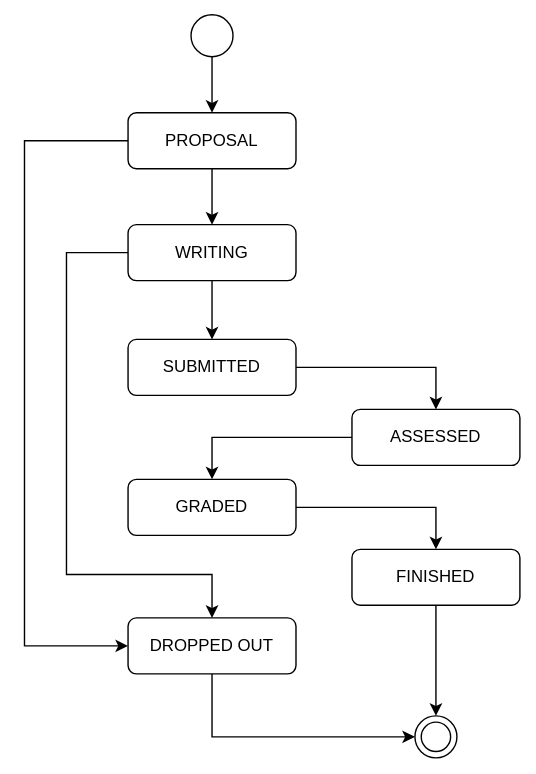
fabian-emilius/bachelor-thesis-charts keeps this draw.io diagram as thesis-states.svg. Above is the earlier version. Source tidied: cells renumbered, new cells last; positions are measured from the earlier drawing's top-left corner, leaving out a move shared by most shapes. Its diagram source:
```xml
<mxGraphModel>
  <root>
    <mxCell id="0" />
    <mxCell id="1" parent="0" />
    <mxCell id="2" style="edgeStyle=orthogonalEdgeStyle;rounded=0;jettySize=auto;html=1;exitX=0.5;exitY=1;exitDx=0;exitDy=0;entryX=0.5;entryY=0;entryDx=0;entryDy=0;" parent="1" edge="1" source="4" target="7">
      <mxGeometry relative="1" as="geometry" />
    </mxCell>
    <mxCell id="3" style="edgeStyle=orthogonalEdgeStyle;rounded=0;jettySize=auto;html=1;exitX=0;exitY=0.5;exitDx=0;exitDy=0;entryX=0;entryY=0.5;entryDx=0;entryDy=0;" parent="1" edge="1" source="4" target="20">
      <mxGeometry relative="1" as="geometry">
        <Array as="points">
          <mxPoint y="90" />
          <mxPoint y="451" />
        </Array>
      </mxGeometry>
    </mxCell>
    <mxCell id="4" value="PROPOSAL" style="rounded=1;whiteSpace=wrap;html=1;fontSize=12;glass=0;strokeWidth=1;shadow=0;" parent="1" vertex="1">
      <mxGeometry x="74" y="70" width="120" height="40" as="geometry" />
    </mxCell>
    <mxCell id="5" style="edgeStyle=orthogonalEdgeStyle;rounded=0;jettySize=auto;html=1;exitX=0.5;exitY=1;exitDx=0;exitDy=0;entryX=0.5;entryY=0;entryDx=0;entryDy=0;" parent="1" edge="1" source="7" target="9">
      <mxGeometry relative="1" as="geometry" />
    </mxCell>
    <mxCell id="6" style="edgeStyle=orthogonalEdgeStyle;rounded=0;jettySize=auto;html=1;exitX=0;exitY=0.5;exitDx=0;exitDy=0;entryX=0.5;entryY=0;entryDx=0;entryDy=0;" parent="1" edge="1" source="7" target="20">
      <mxGeometry relative="1" as="geometry">
        <Array as="points">
          <mxPoint x="30" y="170" />
          <mxPoint x="30" y="400" />
          <mxPoint x="134" y="400" />
        </Array>
      </mxGeometry>
    </mxCell>
    <mxCell id="7" value="WRITING" style="rounded=1;whiteSpace=wrap;html=1;fontSize=12;glass=0;strokeWidth=1;shadow=0;" parent="1" vertex="1">
      <mxGeometry x="74" y="150" width="120" height="40" as="geometry" />
    </mxCell>
    <mxCell id="8" style="edgeStyle=orthogonalEdgeStyle;rounded=0;jettySize=auto;html=1;exitX=1;exitY=0.5;exitDx=0;exitDy=0;entryX=0.5;entryY=0;entryDx=0;entryDy=0;" parent="1" edge="1" source="9" target="11">
      <mxGeometry relative="1" as="geometry" />
    </mxCell>
    <mxCell id="9" value="SUBMITTED" style="rounded=1;whiteSpace=wrap;html=1;fontSize=12;glass=0;strokeWidth=1;shadow=0;" parent="1" vertex="1">
      <mxGeometry x="74" y="232" width="120" height="40" as="geometry" />
    </mxCell>
    <mxCell id="10" style="edgeStyle=orthogonalEdgeStyle;rounded=0;jettySize=auto;html=1;exitX=0;exitY=0.5;exitDx=0;exitDy=0;entryX=0.5;entryY=0;entryDx=0;entryDy=0;" parent="1" edge="1" source="11" target="13">
      <mxGeometry relative="1" as="geometry" />
    </mxCell>
    <mxCell id="11" value="ASSESSED" style="rounded=1;whiteSpace=wrap;html=1;fontSize=12;glass=0;strokeWidth=1;shadow=0;" parent="1" vertex="1">
      <mxGeometry x="234" y="282" width="120" height="40" as="geometry" />
    </mxCell>
    <mxCell id="12" style="edgeStyle=orthogonalEdgeStyle;rounded=0;jettySize=auto;html=1;exitX=1;exitY=0.5;exitDx=0;exitDy=0;entryX=0.5;entryY=0;entryDx=0;entryDy=0;" parent="1" edge="1" source="13" target="15">
      <mxGeometry relative="1" as="geometry" />
    </mxCell>
    <mxCell id="13" value="GRADED" style="rounded=1;whiteSpace=wrap;html=1;fontSize=12;glass=0;strokeWidth=1;shadow=0;" parent="1" vertex="1">
      <mxGeometry x="74" y="332" width="120" height="40" as="geometry" />
    </mxCell>
    <mxCell id="14" style="edgeStyle=orthogonalEdgeStyle;rounded=0;jettySize=auto;html=1;" parent="1" edge="1" source="15" target="16">
      <mxGeometry relative="1" as="geometry" />
    </mxCell>
    <mxCell id="15" value="FINISHED" style="rounded=1;whiteSpace=wrap;html=1;fontSize=12;glass=0;strokeWidth=1;shadow=0;" parent="1" vertex="1">
      <mxGeometry x="234" y="382" width="120" height="40" as="geometry" />
    </mxCell>
    <mxCell id="16" style="ellipse;whiteSpace=wrap;html=1;rounded=1;glass=0;strokeWidth=1;shadow=0;" parent="1" vertex="1">
      <mxGeometry x="279" y="501" width="30" height="30" as="geometry" />
    </mxCell>
    <mxCell id="17" style="edgeStyle=orthogonalEdgeStyle;rounded=0;jettySize=auto;html=1;exitX=0.5;exitY=1;exitDx=0;exitDy=0;entryX=0.5;entryY=0;entryDx=0;entryDy=0;" parent="1" edge="1" source="18" target="4">
      <mxGeometry relative="1" as="geometry" />
    </mxCell>
    <mxCell id="18" style="ellipse;whiteSpace=wrap;html=1;rounded=1;glass=0;strokeWidth=1;shadow=0;" parent="1" vertex="1">
      <mxGeometry x="119" width="30" height="30" as="geometry" />
    </mxCell>
    <mxCell id="19" style="edgeStyle=orthogonalEdgeStyle;rounded=0;jettySize=auto;html=1;exitX=0.5;exitY=1;exitDx=0;exitDy=0;entryX=0;entryY=0.5;entryDx=0;entryDy=0;" parent="1" edge="1" source="20" target="16">
      <mxGeometry relative="1" as="geometry" />
    </mxCell>
    <mxCell id="20" value="DROPPED OUT" style="rounded=1;whiteSpace=wrap;html=1;fontSize=12;glass=0;strokeWidth=1;shadow=0;" parent="1" vertex="1">
      <mxGeometry x="74" y="431" width="120" height="40" as="geometry" />
    </mxCell>
    <mxCell id="21" style="ellipse;whiteSpace=wrap;html=1;rounded=1;glass=0;strokeWidth=1;shadow=0;" parent="1" vertex="1">
      <mxGeometry x="283.5" y="505.5" width="21" height="21" as="geometry" />
    </mxCell>
  </root>
</mxGraphModel>
```
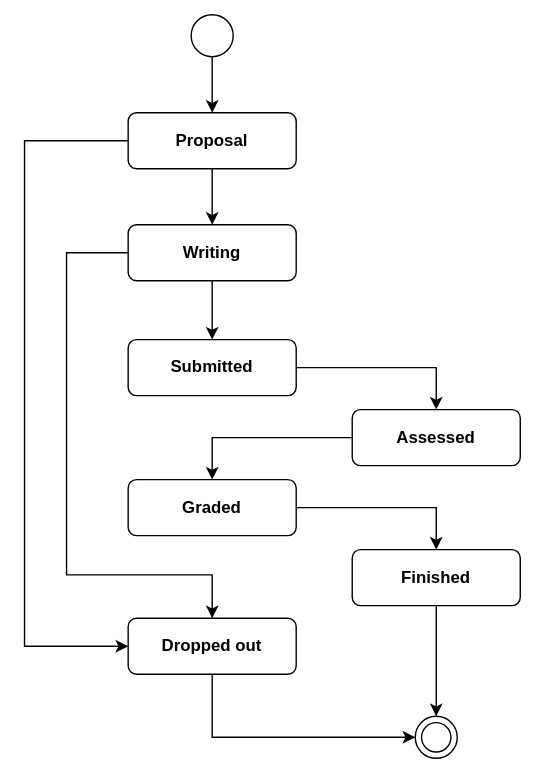
Above is the later version.

The edit, as a diff of the source:
```diff
@@ -13,7 +13,7 @@
         </Array>
       </mxGeometry>
     </mxCell>
-    <mxCell id="4" value="PROPOSAL" style="rounded=1;whiteSpace=wrap;html=1;fontSize=12;glass=0;strokeWidth=1;shadow=0;" parent="1" vertex="1">
+    <mxCell id="4" value="&lt;b&gt;Proposal&lt;/b&gt;" style="rounded=1;whiteSpace=wrap;html=1;fontSize=12;glass=0;strokeWidth=1;shadow=0;" parent="1" vertex="1">
       <mxGeometry x="74" y="70" width="120" height="40" as="geometry" />
     </mxCell>
     <mxCell id="5" style="edgeStyle=orthogonalEdgeStyle;rounded=0;jettySize=auto;html=1;exitX=0.5;exitY=1;exitDx=0;exitDy=0;entryX=0.5;entryY=0;entryDx=0;entryDy=0;" parent="1" edge="1" source="7" target="9">
@@ -28,31 +28,31 @@
         </Array>
       </mxGeometry>
     </mxCell>
-    <mxCell id="7" value="WRITING" style="rounded=1;whiteSpace=wrap;html=1;fontSize=12;glass=0;strokeWidth=1;shadow=0;" parent="1" vertex="1">
+    <mxCell id="7" value="&lt;b&gt;Writing&lt;/b&gt;" style="rounded=1;whiteSpace=wrap;html=1;fontSize=12;glass=0;strokeWidth=1;shadow=0;" parent="1" vertex="1">
       <mxGeometry x="74" y="150" width="120" height="40" as="geometry" />
     </mxCell>
     <mxCell id="8" style="edgeStyle=orthogonalEdgeStyle;rounded=0;jettySize=auto;html=1;exitX=1;exitY=0.5;exitDx=0;exitDy=0;entryX=0.5;entryY=0;entryDx=0;entryDy=0;" parent="1" edge="1" source="9" target="11">
       <mxGeometry relative="1" as="geometry" />
     </mxCell>
-    <mxCell id="9" value="SUBMITTED" style="rounded=1;whiteSpace=wrap;html=1;fontSize=12;glass=0;strokeWidth=1;shadow=0;" parent="1" vertex="1">
+    <mxCell id="9" value="&lt;b&gt;Submitted&lt;/b&gt;" style="rounded=1;whiteSpace=wrap;html=1;fontSize=12;glass=0;strokeWidth=1;shadow=0;" parent="1" vertex="1">
       <mxGeometry x="74" y="232" width="120" height="40" as="geometry" />
     </mxCell>
     <mxCell id="10" style="edgeStyle=orthogonalEdgeStyle;rounded=0;jettySize=auto;html=1;exitX=0;exitY=0.5;exitDx=0;exitDy=0;entryX=0.5;entryY=0;entryDx=0;entryDy=0;" parent="1" edge="1" source="11" target="13">
       <mxGeometry relative="1" as="geometry" />
     </mxCell>
-    <mxCell id="11" value="ASSESSED" style="rounded=1;whiteSpace=wrap;html=1;fontSize=12;glass=0;strokeWidth=1;shadow=0;" parent="1" vertex="1">
+    <mxCell id="11" value="&lt;b&gt;Assessed&lt;/b&gt;" style="rounded=1;whiteSpace=wrap;html=1;fontSize=12;glass=0;strokeWidth=1;shadow=0;" parent="1" vertex="1">
       <mxGeometry x="234" y="282" width="120" height="40" as="geometry" />
     </mxCell>
     <mxCell id="12" style="edgeStyle=orthogonalEdgeStyle;rounded=0;jettySize=auto;html=1;exitX=1;exitY=0.5;exitDx=0;exitDy=0;entryX=0.5;entryY=0;entryDx=0;entryDy=0;" parent="1" edge="1" source="13" target="15">
       <mxGeometry relative="1" as="geometry" />
     </mxCell>
-    <mxCell id="13" value="GRADED" style="rounded=1;whiteSpace=wrap;html=1;fontSize=12;glass=0;strokeWidth=1;shadow=0;" parent="1" vertex="1">
+    <mxCell id="13" value="&lt;b&gt;Graded&lt;/b&gt;" style="rounded=1;whiteSpace=wrap;html=1;fontSize=12;glass=0;strokeWidth=1;shadow=0;" parent="1" vertex="1">
       <mxGeometry x="74" y="332" width="120" height="40" as="geometry" />
     </mxCell>
     <mxCell id="14" style="edgeStyle=orthogonalEdgeStyle;rounded=0;jettySize=auto;html=1;" parent="1" edge="1" source="15" target="16">
       <mxGeometry relative="1" as="geometry" />
     </mxCell>
-    <mxCell id="15" value="FINISHED" style="rounded=1;whiteSpace=wrap;html=1;fontSize=12;glass=0;strokeWidth=1;shadow=0;" parent="1" vertex="1">
+    <mxCell id="15" value="&lt;b&gt;Finished&lt;/b&gt;" style="rounded=1;whiteSpace=wrap;html=1;fontSize=12;glass=0;strokeWidth=1;shadow=0;" parent="1" vertex="1">
       <mxGeometry x="234" y="382" width="120" height="40" as="geometry" />
     </mxCell>
     <mxCell id="16" style="ellipse;whiteSpace=wrap;html=1;rounded=1;glass=0;strokeWidth=1;shadow=0;" parent="1" vertex="1">
@@ -67,7 +67,7 @@
     <mxCell id="19" style="edgeStyle=orthogonalEdgeStyle;rounded=0;jettySize=auto;html=1;exitX=0.5;exitY=1;exitDx=0;exitDy=0;entryX=0;entryY=0.5;entryDx=0;entryDy=0;" parent="1" edge="1" source="20" target="16">
       <mxGeometry relative="1" as="geometry" />
     </mxCell>
-    <mxCell id="20" value="DROPPED OUT" style="rounded=1;whiteSpace=wrap;html=1;fontSize=12;glass=0;strokeWidth=1;shadow=0;" parent="1" vertex="1">
+    <mxCell id="20" value="&lt;b&gt;Dropped out&lt;/b&gt;" style="rounded=1;whiteSpace=wrap;html=1;fontSize=12;glass=0;strokeWidth=1;shadow=0;" parent="1" vertex="1">
       <mxGeometry x="74" y="431" width="120" height="40" as="geometry" />
     </mxCell>
     <mxCell id="21" style="ellipse;whiteSpace=wrap;html=1;rounded=1;glass=0;strokeWidth=1;shadow=0;" parent="1" vertex="1">
```
